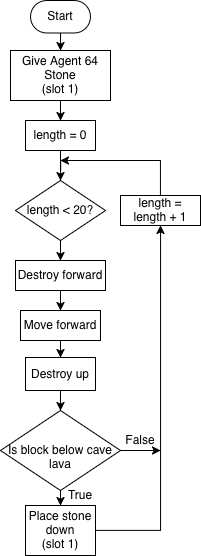
Above: tutorials/python-islands/island-7/autominer/images/Flowchart.png in CausewayDigital/Minecraft-EE-MakeCode (draw.io), before the change. Source tidied: cells renumbered, new cells last; positions are measured from the earlier drawing's top-left corner, leaving out a move shared by most shapes.
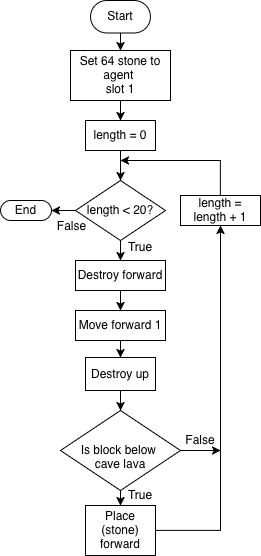
The same file after the commit.

Commit message:
Updated flowchart images for autominer

Diff of the diagram source:
```diff
@@ -10,7 +10,7 @@
     <mxCell id="3" style="edgeStyle=orthogonalEdgeStyle;rounded=0;jettySize=auto;html=1;" parent="1" edge="1" source="4" target="6">
       <mxGeometry relative="1" as="geometry" />
     </mxCell>
-    <mxCell id="4" value="&lt;div&gt;Give Agent 64 Stone&lt;/div&gt;(slot 1)" style="rounded=0;whiteSpace=wrap;html=1;" parent="1" vertex="1">
+    <mxCell id="4" value="Set 64 stone to agent&amp;nbsp;&lt;div&gt;slot 1&lt;/div&gt;" style="rounded=0;whiteSpace=wrap;html=1;" parent="1" vertex="1">
       <mxGeometry x="10" y="50" width="100" height="50" as="geometry" />
     </mxCell>
     <mxCell id="5" style="edgeStyle=orthogonalEdgeStyle;rounded=0;jettySize=auto;html=1;exitX=0.5;exitY=1;exitDx=0;exitDy=0;" parent="1" edge="1" source="6" target="8">
@@ -25,7 +25,7 @@
     <mxCell id="8" value="length &amp;lt; 20?" style="rhombus;whiteSpace=wrap;html=1;" parent="1" vertex="1">
       <mxGeometry x="15" y="180" width="90" height="60" as="geometry" />
     </mxCell>
-    <mxCell id="9" style="edgeStyle=orthogonalEdgeStyle;rounded=0;jettySize=auto;html=1;" parent="1" edge="1" source="10" target="12">
+    <mxCell id="9" style="edgeStyle=orthogonalEdgeStyle;rounded=0;jettySize=auto;html=1;exitX=0.5;exitY=1;exitDx=0;exitDy=0;entryX=0.5;entryY=0;entryDx=0;entryDy=0;" parent="1" edge="1" source="10" target="12">
       <mxGeometry relative="1" as="geometry" />
     </mxCell>
     <mxCell id="10" value="Destroy forward" style="rounded=0;whiteSpace=wrap;html=1;" parent="1" vertex="1">
@@ -34,8 +34,8 @@
     <mxCell id="11" style="edgeStyle=orthogonalEdgeStyle;rounded=0;jettySize=auto;html=1;entryX=0.5;entryY=0;entryDx=0;entryDy=0;" parent="1" edge="1" source="12" target="14">
       <mxGeometry relative="1" as="geometry" />
     </mxCell>
-    <mxCell id="12" value="Move forward" style="rounded=0;whiteSpace=wrap;html=1;" parent="1" vertex="1">
-      <mxGeometry x="20" y="310" width="80" height="30" as="geometry" />
+    <mxCell id="12" value="Move forward 1" style="rounded=0;whiteSpace=wrap;html=1;" parent="1" vertex="1">
+      <mxGeometry x="15" y="310" width="90" height="30" as="geometry" />
     </mxCell>
     <mxCell id="13" style="edgeStyle=orthogonalEdgeStyle;rounded=0;jettySize=auto;html=1;" parent="1" edge="1" source="14" target="17">
       <mxGeometry relative="1" as="geometry" />
@@ -51,13 +51,13 @@
         <mxPoint x="160" y="450" as="targetPoint" />
       </mxGeometry>
     </mxCell>
-    <mxCell id="17" value="Is block below cave lava" style="rhombus;whiteSpace=wrap;html=1;spacingTop=13;" parent="1" vertex="1">
+    <mxCell id="17" value="Is block below&amp;nbsp;&lt;div&gt;cave lava&lt;/div&gt;" style="rhombus;whiteSpace=wrap;html=1;spacingTop=13;" parent="1" vertex="1">
       <mxGeometry y="410" width="120" height="80" as="geometry" />
     </mxCell>
     <mxCell id="18" style="edgeStyle=orthogonalEdgeStyle;rounded=0;jettySize=auto;html=1;" parent="1" edge="1" source="19" target="23">
       <mxGeometry relative="1" as="geometry" />
     </mxCell>
-    <mxCell id="19" value="&lt;div&gt;Place stone down&lt;/div&gt;(slot 1)" style="rounded=0;whiteSpace=wrap;html=1;" parent="1" vertex="1">
+    <mxCell id="19" value="Place (stone) forward" style="rounded=0;whiteSpace=wrap;html=1;" parent="1" vertex="1">
       <mxGeometry x="25" y="505" width="70" height="50" as="geometry" />
     </mxCell>
     <mxCell id="20" value="True&lt;span style=&quot;color: rgba(0 , 0 , 0 , 0) ; font-family: monospace ; font-size: 0px&quot;&gt;%3CmxGraphModel%3E%3Croot%3E%3CmxCell%20id%3D%220%22%2F%3E%3CmxCell%20id%3D%221%22%20parent%3D%220%22%2F%3E%3CmxCell%20id%3D%222%22%20value%3D%22destroy%20forward%22%20style%3D%22rounded%3D0%3BwhiteSpace%3Dwrap%3Bhtml%3D1%3B%22%20vertex%3D%221%22%20parent%3D%221%22%3E%3CmxGeometry%20x%3D%22240%22%20y%3D%22560%22%20width%3D%22120%22%20height%3D%2260%22%20as%3D%22geometry%22%2F%3E%3C%2FmxCell%3E%3C%2Froot%3E%3C%2FmxGraphModel%3E&lt;/span&gt;" style="text;html=1;strokeColor=none;fillColor=none;align=center;verticalAlign=middle;whiteSpace=wrap;rounded=0;" parent="1" vertex="1">
@@ -80,5 +80,17 @@
     <mxCell id="24" value="Start" style="html=1;dashed=0;whiteSpace=wrap;shape=mxgraph.dfd.start;" parent="1" vertex="1">
       <mxGeometry x="30" width="60" height="32.5" as="geometry" />
     </mxCell>
+    <mxCell id="25" value="End" style="html=1;dashed=0;whiteSpace=wrap;shape=mxgraph.dfd.start;" parent="1" vertex="1">
+      <mxGeometry x="-60" y="200" width="51" height="20" as="geometry" />
+    </mxCell>
+    <mxCell id="26" style="edgeStyle=orthogonalEdgeStyle;rounded=0;jettySize=auto;html=1;exitX=0;exitY=0.5;exitDx=0;exitDy=0;entryX=1;entryY=0.5;entryDx=0;entryDy=0;entryPerimeter=0;" parent="1" edge="1" source="8" target="25">
+      <mxGeometry relative="1" as="geometry" />
+    </mxCell>
+    <mxCell id="27" value="True&lt;span style=&quot;color: rgba(0 , 0 , 0 , 0) ; font-family: monospace ; font-size: 0px&quot;&gt;%3CmxGraphModel%3E%3Croot%3E%3CmxCell%20id%3D%220%22%2F%3E%3CmxCell%20id%3D%221%22%20parent%3D%220%22%2F%3E%3CmxCell%20id%3D%222%22%20value%3D%22destroy%20forward%22%20style%3D%22rounded%3D0%3BwhiteSpace%3Dwrap%3Bhtml%3D1%3B%22%20vertex%3D%221%22%20parent%3D%221%22%3E%3CmxGeometry%20x%3D%22240%22%20y%3D%22560%22%20width%3D%22120%22%20height%3D%2260%22%20as%3D%22geometry%22%2F%3E%3C%2FmxCell%3E%3C%2Froot%3E%3C%2FmxGraphModel%3E&lt;/span&gt;" style="text;html=1;align=center;verticalAlign=middle;whiteSpace=wrap;rounded=0;shadow=0;" parent="1" vertex="1">
+      <mxGeometry x="60" y="237" width="40" height="20" as="geometry" />
+    </mxCell>
+    <mxCell id="28" value="&lt;font style=&quot;font-size: 12px;&quot;&gt;False&lt;/font&gt;" style="edgeLabel;html=1;align=center;verticalAlign=middle;" parent="1" vertex="1">
+      <mxGeometry x="10" y="225" as="geometry" />
+    </mxCell>
   </root>
 </mxGraphModel>
```
